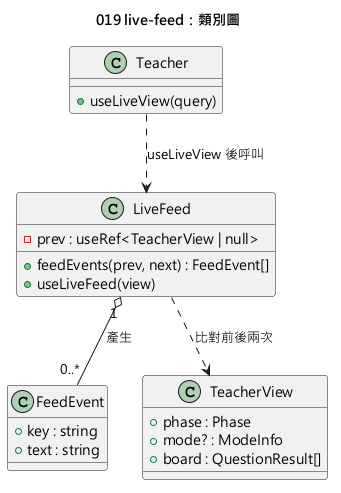
Before: diagrams/019-live-feed-class.png, a diagram exported from PlantUML (yue083139/software_fin-speckit).
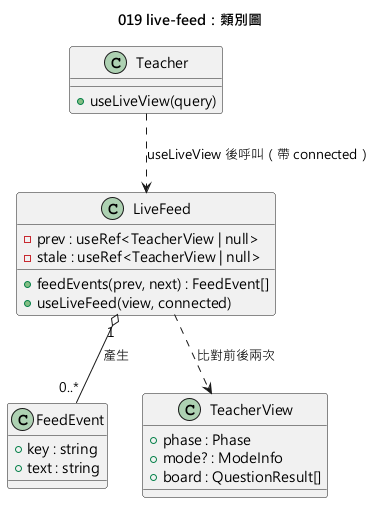
The same diagram one commit later.

Commit message:
docs(diagrams): 019-live-feed 類別圖與時序圖補斷線重連分支

Change to the diagram source:
```diff
@@ -8,8 +8,9 @@
 }
 class "LiveFeed" as Feed {
   +feedEvents(prev, next) : FeedEvent[]
-  +useLiveFeed(view)
+  +useLiveFeed(view, connected)
   -prev : useRef<TeacherView | null>
+  -stale : useRef<TeacherView | null>
 }
 class "TeacherView" as View {
   +phase : Phase
@@ -21,5 +22,5 @@
 }
 Feed ..> View : 比對前後兩次
 Feed "1" o-- "0..*" Event : 產生
-Teacher ..> Feed : useLiveView 後呼叫
+Teacher ..> Feed : useLiveView 後呼叫（帶 connected）
 @enduml
```
